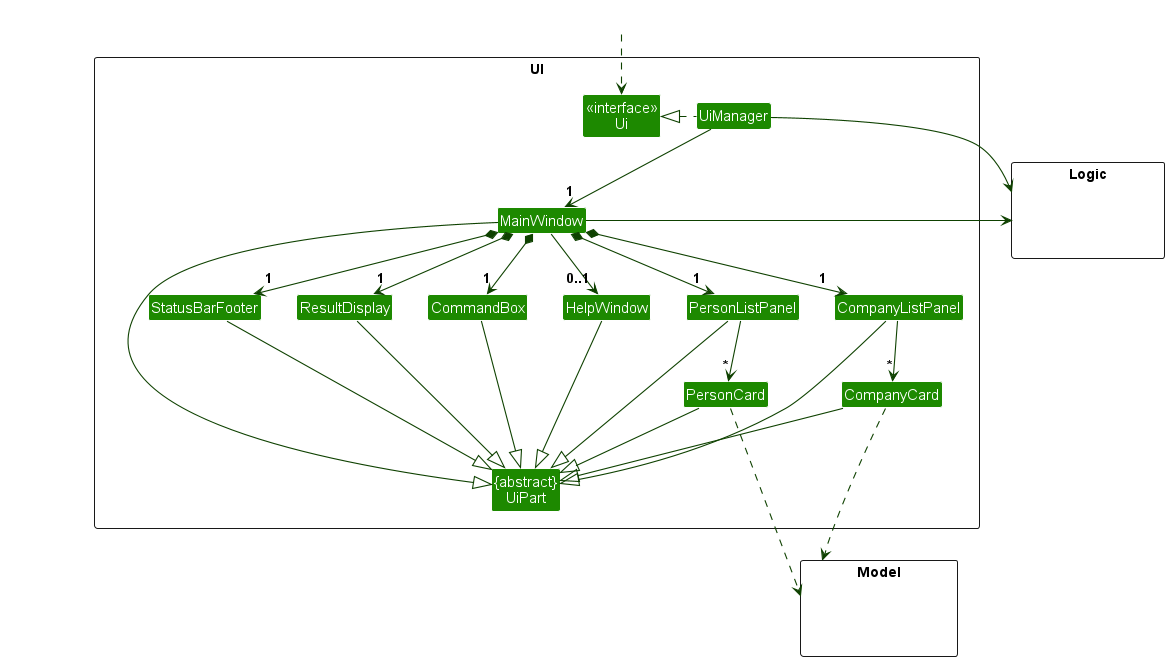
This is docs/images/UiClassDiagram.png from oeggy03/tp, a PlantUML export, as it was before one commit.
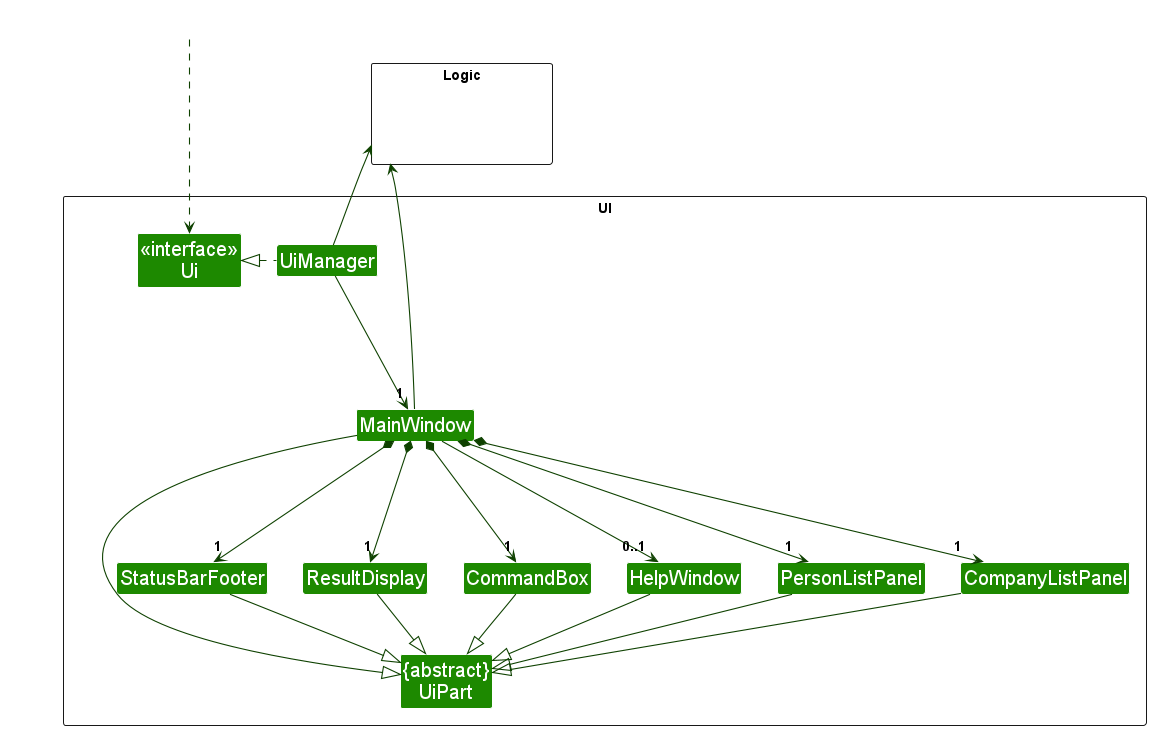
After the commit.

Diff of the diagram source:
```diff
@@ -12,15 +12,9 @@
 Class HelpWindow
 Class ResultDisplay
 Class PersonListPanel
-Class PersonCard
 Class StatusBarFooter
 Class CommandBox
 Class CompanyListPanel
-Class CompanyCard
-}
-
-package Model <<Rectangle>> {
-Class HiddenModel #FFFFFF
 }
 
 package Logic <<Rectangle>> {
@@ -28,34 +22,28 @@
 }
 
 Class HiddenOutside #FFFFFF
-HiddenOutside ..> Ui
+HiddenOutside ...> Ui
 
 UiManager .left.|> Ui
-UiManager -down-> "1" MainWindow
+UiManager -down--> "1" MainWindow
 MainWindow *-down->  "1" CommandBox
 MainWindow *-down-> "1" ResultDisplay
 MainWindow *-down-> "1" PersonListPanel
-MainWindow *-down-> "1" CompanyListPanel
+MainWindow *-down--> "1" CompanyListPanel
 MainWindow *-down-> "1" StatusBarFooter
 MainWindow --> "0..1" HelpWindow
 
-PersonListPanel -down-> "*" PersonCard
-CompanyListPanel -down-> "*" CompanyCard
 MainWindow -left-|> UiPart
 
 ResultDisplay --|> UiPart
 CommandBox --|> UiPart
 PersonListPanel --|> UiPart
-PersonCard --|> UiPart
 CompanyListPanel --|> UiPart
-CompanyCard --|> UiPart
 StatusBarFooter --|> UiPart
 HelpWindow --|> UiPart
 
-PersonCard ..> Model
-CompanyCard ...> Model
-UiManager -right-> Logic
-MainWindow -left-> Logic
+UiManager -up-> Logic
+MainWindow -up-> Logic
 
 CompanyListPanel -[hidden]left- PersonListPanel
 PersonListPanel -[hidden]left- HelpWindow
```
